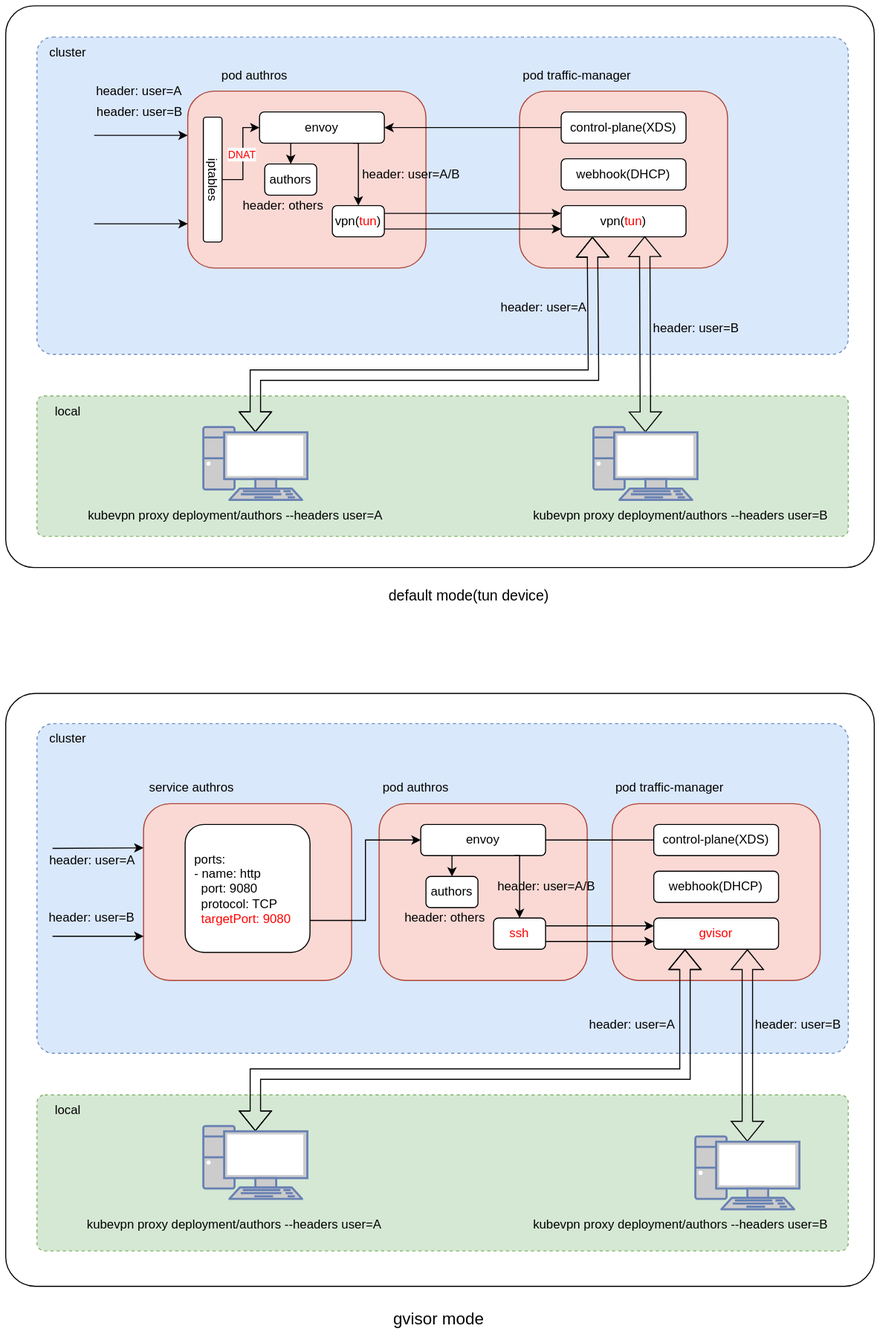
kubenetworks/kubevpn keeps this draw.io diagram as docs/en/images/proxy-arch.svg. Above is the earlier version. Source tidied: cells renumbered, new cells last; positions are measured from the earlier drawing's top-left corner, leaving out a move shared by most shapes.
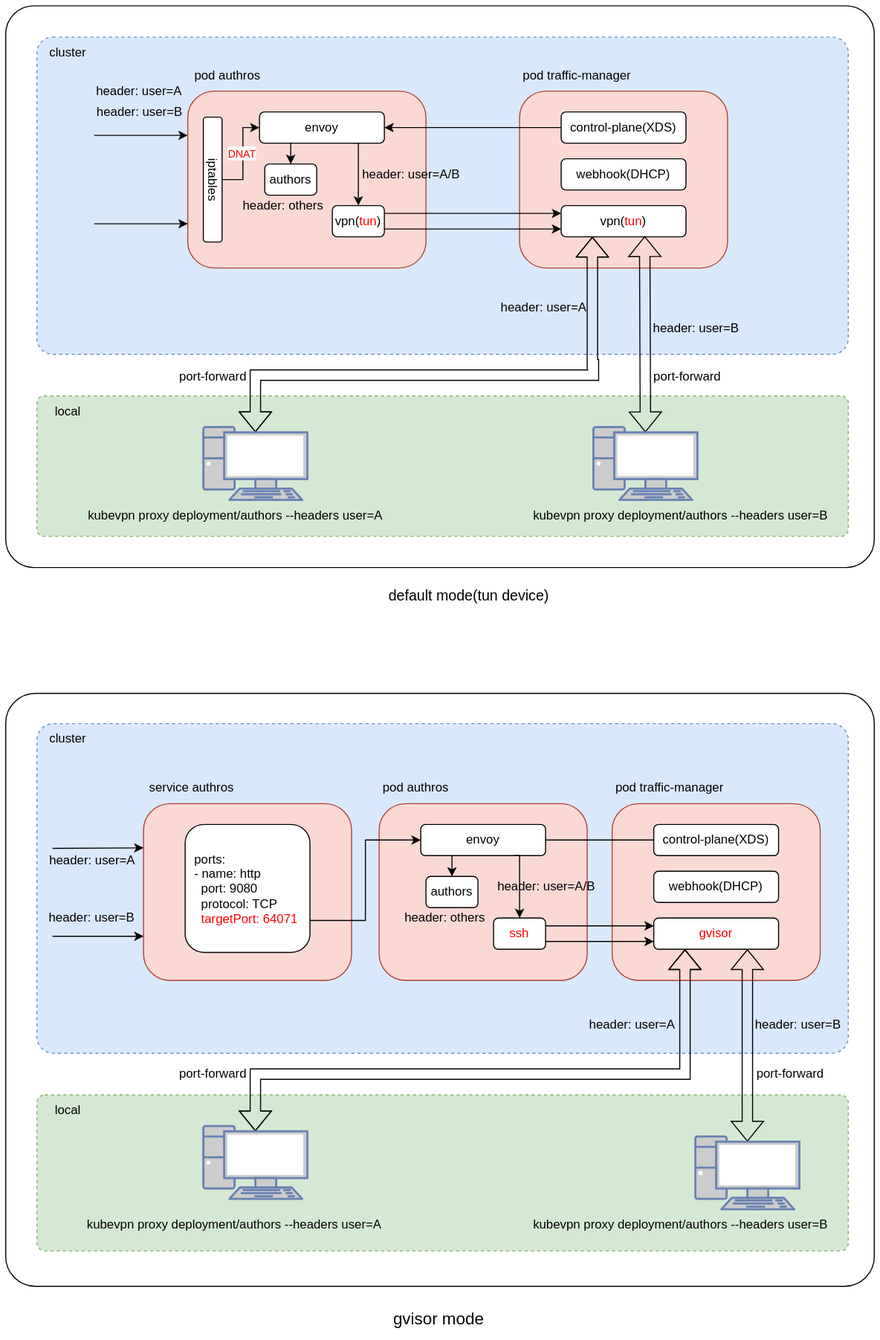
After the commit.

What changed in the source:
```diff
@@ -213,7 +213,7 @@
       <mxGeometry x="494" y="52" width="111" height="30" as="geometry" />
     </mxCell>
     <mxCell id="59" value="pod authros" style="text;html=1;align=center;verticalAlign=middle;whiteSpace=wrap;rounded=0;" parent="1" vertex="1">
-      <mxGeometry x="202.5" y="52" width="72.5" height="30" as="geometry" />
+      <mxGeometry x="177" y="52" width="72.5" height="30" as="geometry" />
     </mxCell>
     <mxCell id="60" value="cluster" style="text;html=1;align=center;verticalAlign=middle;whiteSpace=wrap;rounded=0;" parent="1" vertex="1">
       <mxGeometry x="30" y="30" width="60" height="30" as="geometry" />
@@ -239,7 +239,7 @@
     <mxCell id="67" style="edgeStyle=orthogonalEdgeStyle;rounded=0;jettySize=auto;html=1;exitX=1;exitY=0.75;exitDx=0;exitDy=0;entryX=0;entryY=0.5;entryDx=0;entryDy=0;" parent="1" edge="1" source="68" target="12">
       <mxGeometry relative="1" as="geometry" />
     </mxCell>
-    <mxCell id="68" value="&lt;div&gt;&amp;nbsp; ports:&lt;/div&gt;&lt;div style=&quot;&quot;&gt;&amp;nbsp; - name: http&lt;/div&gt;&lt;div&gt;&amp;nbsp; &amp;nbsp; port: 9080&lt;/div&gt;&lt;div&gt;&amp;nbsp; &amp;nbsp; protocol: TCP&lt;/div&gt;&lt;div&gt;&lt;font color=&quot;#ff0000&quot;&gt;&amp;nbsp; &amp;nbsp; targetPort: 9080&lt;/font&gt;&lt;/div&gt;" style="rounded=1;whiteSpace=wrap;html=1;align=left;" parent="1" vertex="1">
+    <mxCell id="68" value="&lt;div&gt;&amp;nbsp; ports:&lt;/div&gt;&lt;div style=&quot;&quot;&gt;&amp;nbsp; - name: http&lt;/div&gt;&lt;div&gt;&amp;nbsp; &amp;nbsp; port: 9080&lt;/div&gt;&lt;div&gt;&amp;nbsp; &amp;nbsp; protocol: TCP&lt;/div&gt;&lt;div&gt;&lt;font color=&quot;#ff0000&quot;&gt;&amp;nbsp; &amp;nbsp; targetPort:&amp;nbsp;&lt;/font&gt;&lt;span style=&quot;background-color: initial;&quot;&gt;&lt;font color=&quot;#ff0000&quot;&gt;64071&lt;/font&gt;&lt;/span&gt;&lt;/div&gt;" style="rounded=1;whiteSpace=wrap;html=1;align=left;" parent="1" vertex="1">
       <mxGeometry x="172.5" y="787" width="120" height="123" as="geometry" />
     </mxCell>
     <mxCell id="69" style="endArrow=classic;html=1;rounded=0;entryX=0;entryY=0.25;entryDx=0;entryDy=0;" parent="1" edge="1" target="66">
@@ -279,5 +279,17 @@
     <mxCell id="79" value="&lt;font style=&quot;font-size: 16px;&quot;&gt;gvisor mode&lt;/font&gt;" style="text;html=1;align=center;verticalAlign=middle;whiteSpace=wrap;rounded=0;" parent="1" vertex="1">
       <mxGeometry x="359" y="1247" width="115" height="30" as="geometry" />
     </mxCell>
+    <mxCell id="80" value="port-forward" style="text;html=1;align=center;verticalAlign=middle;whiteSpace=wrap;rounded=0;rotation=0;" parent="1" vertex="1">
+      <mxGeometry x="620" y="347" width="71" height="20" as="geometry" />
+    </mxCell>
+    <mxCell id="81" value="port-forward" style="text;html=1;align=center;verticalAlign=middle;whiteSpace=wrap;rounded=0;rotation=0;" parent="1" vertex="1">
+      <mxGeometry x="719" y="1017" width="71" height="20" as="geometry" />
+    </mxCell>
+    <mxCell id="82" value="port-forward" style="text;html=1;align=center;verticalAlign=middle;whiteSpace=wrap;rounded=0;rotation=0;" parent="1" vertex="1">
+      <mxGeometry x="163.5" y="1017" width="71" height="20" as="geometry" />
+    </mxCell>
+    <mxCell id="83" value="port-forward" style="text;html=1;align=center;verticalAlign=middle;whiteSpace=wrap;rounded=0;rotation=0;" parent="1" vertex="1">
+      <mxGeometry x="163.5" y="347" width="71" height="20" as="geometry" />
+    </mxCell>
   </root>
 </mxGraphModel>
```
